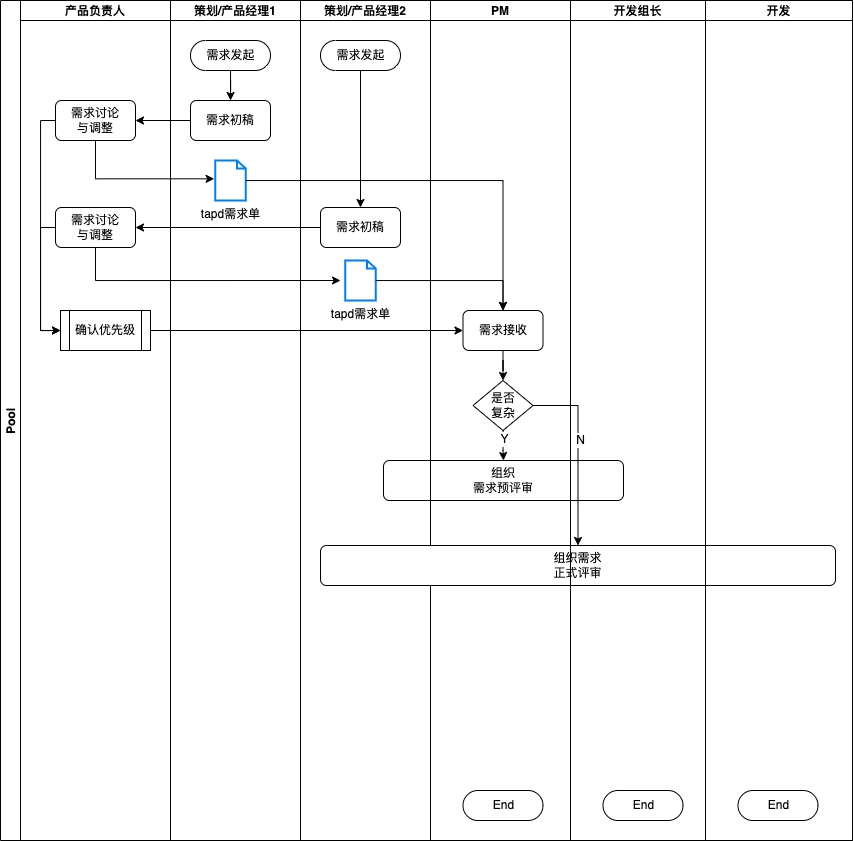
Before: Untitled Diagram.drawio.png, a diagram exported from draw.io (derek964/the-economist-ebooks). Source tidied: cells renumbered, new cells last; positions are measured from the earlier drawing's top-left corner, leaving out a move shared by most shapes.
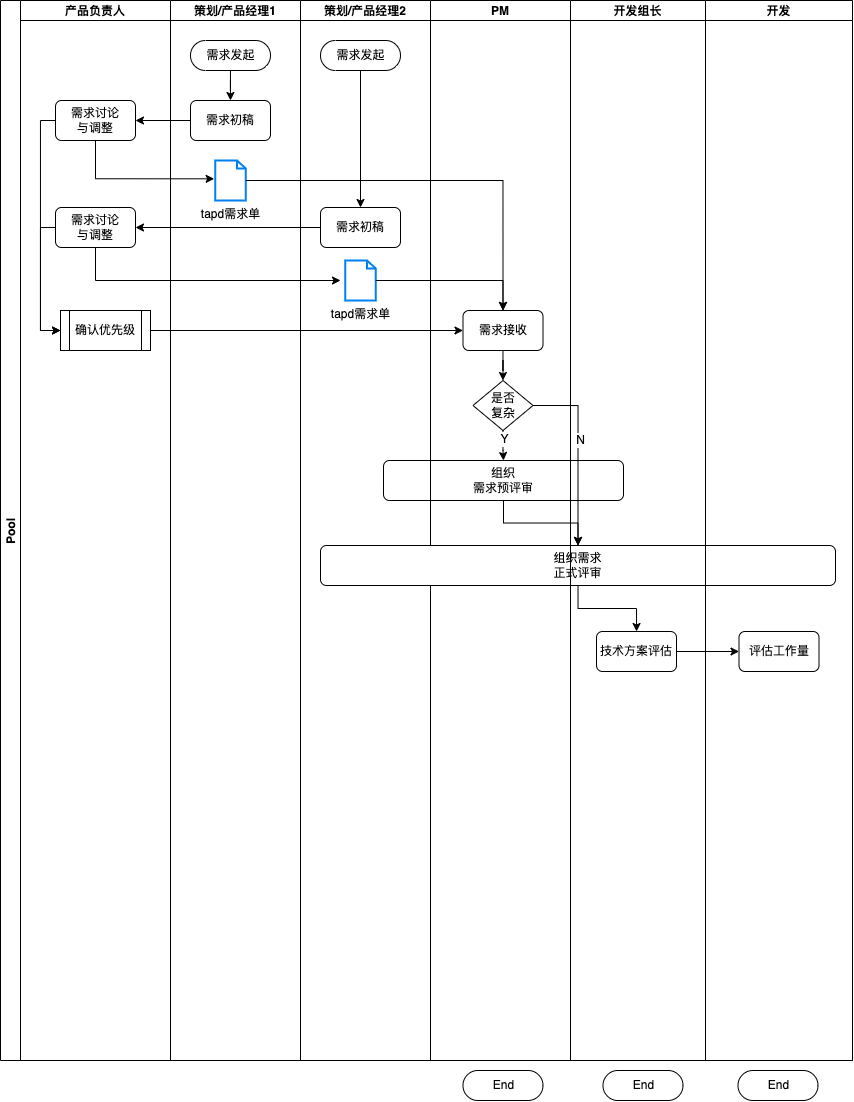
Above is the later version.

What changed in the source:
```diff
@@ -3,10 +3,10 @@
     <mxCell id="0" />
     <mxCell id="1" parent="0" />
     <mxCell id="2" value="Pool" style="swimlane;startSize=20;horizontal=0;" parent="1" vertex="1">
-      <mxGeometry width="852" height="840" as="geometry" />
+      <mxGeometry width="852" height="1060" as="geometry" />
     </mxCell>
     <mxCell id="3" value="产品负责人" style="swimlane;startSize=20;" parent="2" vertex="1">
-      <mxGeometry x="20" width="150" height="840" as="geometry" />
+      <mxGeometry x="20" width="150" height="1060" as="geometry" />
     </mxCell>
     <mxCell id="4" style="edgeStyle=orthogonalEdgeStyle;rounded=0;jettySize=auto;html=1;exitX=0;exitY=0.5;exitDx=0;exitDy=0;entryX=0;entryY=0.5;entryDx=0;entryDy=0;" parent="3" edge="1" source="6" target="8">
       <mxGeometry relative="1" as="geometry">
@@ -34,7 +34,7 @@
       <mxGeometry x="40" y="310" width="90" height="40" as="geometry" />
     </mxCell>
     <mxCell id="9" value="策划/产品经理1" style="swimlane;startSize=20;" parent="2" vertex="1">
-      <mxGeometry x="170" width="130" height="840" as="geometry" />
+      <mxGeometry x="170" width="130" height="1060" as="geometry" />
     </mxCell>
     <mxCell id="10" style="edgeStyle=orthogonalEdgeStyle;rounded=0;jettySize=auto;html=1;" parent="9" edge="1" source="11" target="12">
       <mxGeometry relative="1" as="geometry" />
@@ -49,7 +49,7 @@
       <mxGeometry x="44.8" y="160" width="30.5" height="40" as="geometry" />
     </mxCell>
     <mxCell id="14" value="策划/产品经理2" style="swimlane;startSize=20;" parent="2" vertex="1">
-      <mxGeometry x="300" width="130" height="840" as="geometry" />
+      <mxGeometry x="300" width="130" height="1060" as="geometry" />
     </mxCell>
     <mxCell id="15" value="需求发起" style="html=1;dashed=0;whitespace=wrap;shape=mxgraph.dfd.start;" parent="14" vertex="1">
       <mxGeometry x="20" y="40" width="80" height="30" as="geometry" />
@@ -70,10 +70,10 @@
       <mxGeometry relative="1" as="geometry" />
     </mxCell>
     <mxCell id="21" value="PM" style="swimlane;startSize=20;" parent="2" vertex="1">
-      <mxGeometry x="430" width="140" height="840" as="geometry" />
+      <mxGeometry x="430" width="140" height="1060" as="geometry" />
     </mxCell>
     <mxCell id="22" value="End" style="html=1;dashed=0;whitespace=wrap;shape=mxgraph.dfd.start;" parent="21" vertex="1">
-      <mxGeometry x="32.5" y="790" width="80" height="30" as="geometry" />
+      <mxGeometry x="32.5" y="1070" width="80" height="30" as="geometry" />
     </mxCell>
     <mxCell id="23" style="edgeStyle=orthogonalEdgeStyle;rounded=0;jettySize=auto;html=1;" parent="21" edge="1" source="24" target="27">
       <mxGeometry relative="1" as="geometry" />
@@ -90,21 +90,27 @@
     <mxCell id="27" value="是否&lt;br&gt;复杂" style="rhombus;whiteSpace=wrap;html=1;fillColor=#FFFFFF;" parent="21" vertex="1">
       <mxGeometry x="42.5" y="380" width="60" height="50" as="geometry" />
     </mxCell>
-    <mxCell id="28" value="组织需求&lt;br&gt;正式评审" style="rounded=1;whiteSpace=wrap;html=1;" parent="21" vertex="1">
+    <mxCell id="28" value="组织需求&lt;br&gt;正式评审" style="rounded=1;whiteSpace=wrap;html=1;glass=0;" parent="21" vertex="1">
       <mxGeometry x="-110" y="545" width="515" height="40" as="geometry" />
     </mxCell>
-    <mxCell id="29" value="开发组长" style="swimlane;startSize=20;" parent="2" vertex="1">
-      <mxGeometry x="570" width="135" height="840" as="geometry" />
+    <mxCell id="29" value="开发组长" style="swimlane;startSize=20;swimlaneLine=1;glass=0;" parent="2" vertex="1">
+      <mxGeometry x="570" width="135" height="1060" as="geometry" />
     </mxCell>
     <mxCell id="30" value="End" style="html=1;dashed=0;whitespace=wrap;shape=mxgraph.dfd.start;" parent="29" vertex="1">
-      <mxGeometry x="32.5" y="790" width="80" height="30" as="geometry" />
+      <mxGeometry x="32.5" y="1070" width="80" height="30" as="geometry" />
     </mxCell>
+    <mxCell id="41" value="技术方案评估" style="rounded=1;whiteSpace=wrap;html=1;" parent="29" vertex="1">
+      <mxGeometry x="26" y="631" width="80" height="40" as="geometry" />
+    </mxCell>
     <mxCell id="31" value="开发" style="swimlane;startSize=20;" parent="2" vertex="1">
-      <mxGeometry x="705" width="147" height="840" as="geometry" />
+      <mxGeometry x="705" width="147" height="1060" as="geometry" />
     </mxCell>
     <mxCell id="32" value="End" style="html=1;dashed=0;whitespace=wrap;shape=mxgraph.dfd.start;" parent="31" vertex="1">
-      <mxGeometry x="32.5" y="790" width="80" height="30" as="geometry" />
+      <mxGeometry x="32.5" y="1070" width="80" height="30" as="geometry" />
     </mxCell>
+    <mxCell id="42" value="评估工作量" style="rounded=1;whiteSpace=wrap;html=1;" parent="31" vertex="1">
+      <mxGeometry x="33.5" y="631" width="80" height="40" as="geometry" />
+    </mxCell>
     <mxCell id="33" style="edgeStyle=orthogonalEdgeStyle;rounded=0;jettySize=auto;html=1;entryX=1;entryY=0.5;entryDx=0;entryDy=0;exitX=0;exitY=0.5;exitDx=0;exitDy=0;" parent="2" edge="1" source="12" target="5">
       <mxGeometry relative="1" as="geometry" />
     </mxCell>
@@ -138,5 +144,14 @@
     <mxCell id="40" style="edgeStyle=orthogonalEdgeStyle;rounded=0;jettySize=auto;html=1;exitX=1;exitY=0.5;exitDx=0;exitDy=0;entryX=0;entryY=0.5;entryDx=0;entryDy=0;" parent="2" edge="1" source="8" target="24">
       <mxGeometry relative="1" as="geometry" />
     </mxCell>
+    <mxCell id="43" style="edgeStyle=orthogonalEdgeStyle;rounded=0;jettySize=auto;html=1;exitX=0.5;exitY=1;exitDx=0;exitDy=0;entryX=0.5;entryY=0;entryDx=0;entryDy=0;" parent="2" edge="1" source="19" target="28">
+      <mxGeometry relative="1" as="geometry" />
+    </mxCell>
+    <mxCell id="44" style="edgeStyle=orthogonalEdgeStyle;rounded=0;jettySize=auto;html=1;" parent="2" edge="1" source="41" target="42">
+      <mxGeometry relative="1" as="geometry" />
+    </mxCell>
+    <mxCell id="45" style="edgeStyle=orthogonalEdgeStyle;rounded=0;jettySize=auto;html=1;" parent="2" edge="1" source="28" target="41">
+      <mxGeometry relative="1" as="geometry" />
+    </mxCell>
   </root>
 </mxGraphModel>
```
